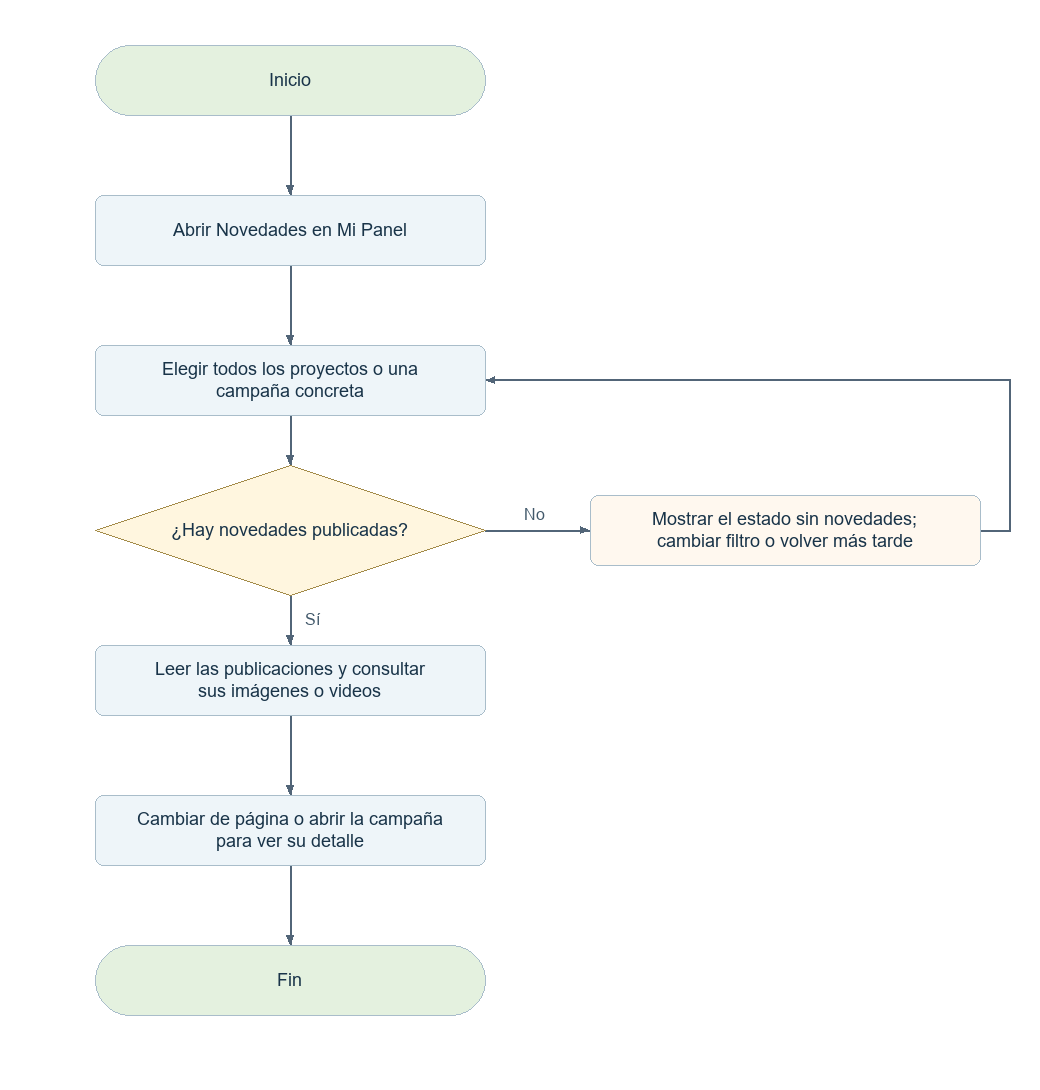
Above: docs/diagramas-web/png/D06.png in elingeyesdev/t3-crowdfunding-inversion (Mermaid), before the change. Its source is kept beside it as docs/diagramas-web/mermaid/D06.mmd. Its diagram source:
```mermaid
flowchart TD
  N0(["Inicio"])
  N0 --> N1
  N1["Abrir Novedades en Mi Panel"]
  N1 --> N2
  N2["Elegir todos los proyectos o una campaña concreta"]
  N2 --> N3
  N3{"¿Hay novedades publicadas?"}
  N3 -->|"Sí"| N4
  B3["Mostrar el estado sin novedades; cambiar filtro o volver más tarde"]
  N3 -->|"No"| B3
  B3 --> N2
  N4["Leer las publicaciones y consultar sus imágenes o videos"]
  N4 --> N5
  N5["Cambiar de página o abrir la campaña para ver su detalle"]
  N5 --> N6
  N6(["Fin"])
```
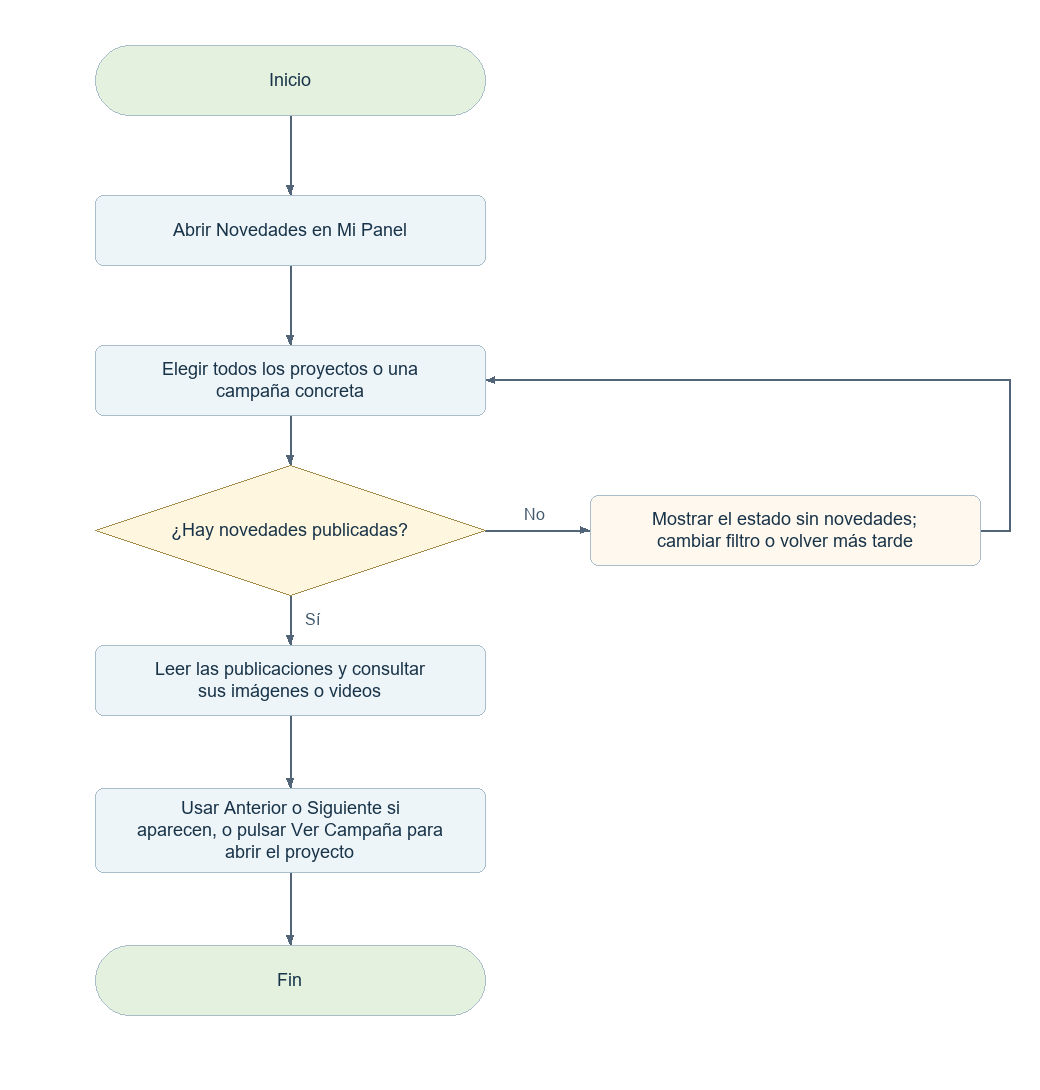
After the commit.

Diff of the diagram source:
```diff
@@ -12,6 +12,6 @@
   B3 --> N2
   N4["Leer las publicaciones y consultar sus imágenes o videos"]
   N4 --> N5
-  N5["Cambiar de página o abrir la campaña para ver su detalle"]
+  N5["Usar Anterior o Siguiente si aparecen, o pulsar Ver Campaña para abrir el proyecto"]
   N5 --> N6
   N6(["Fin"])
```
